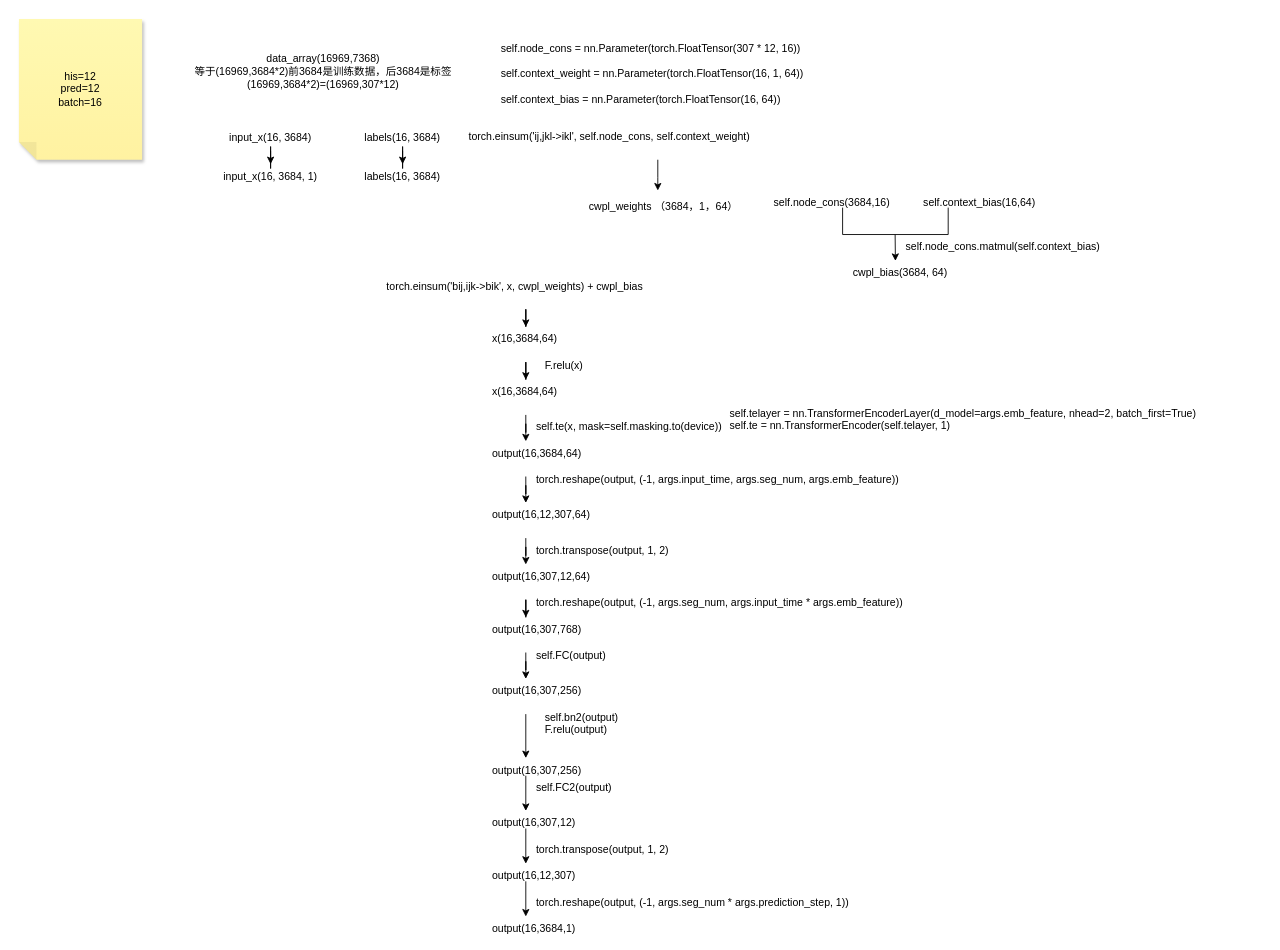
Above: ST-GAT/ST-GAT.drawio in turmony/ModelInfo (draw.io), before the change. Source tidied: cells renumbered, new cells numbered last; positions are measured from the earlier drawing's top-left corner, leaving out a move shared by most shapes. Both pictures are drawn from the tidied source at 88%, with x=0, y=0 at pixel (18, 18).
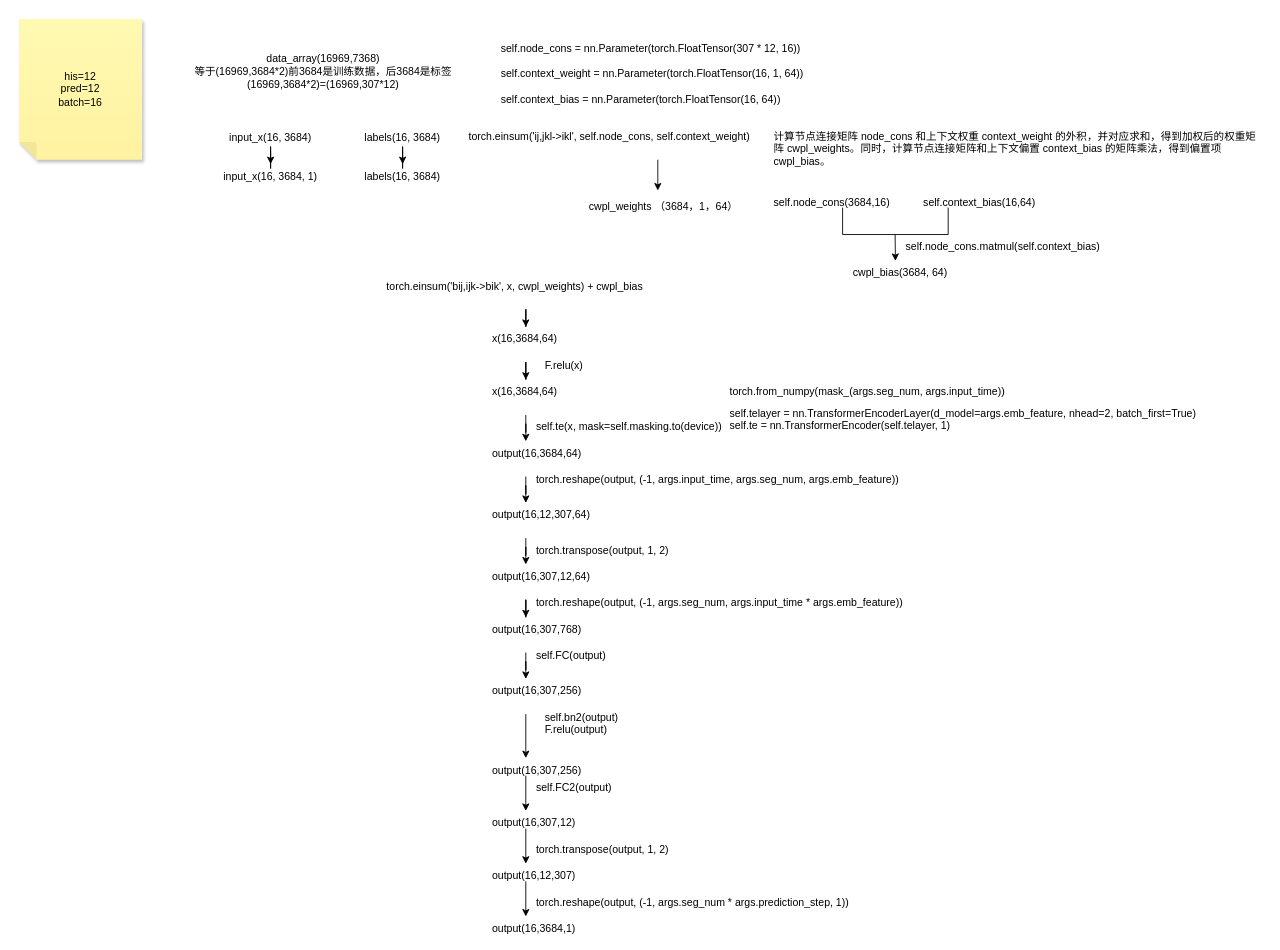
After the change.

What changed in the source:
```diff
@@
+    <mxCell id="54" value="计算节点连接矩阵 node_cons 和上下文权重 context_weight 的外积，并对应求和，得到加权后的权重矩阵 cwpl_weights。同时，计算节点连接矩阵和上下文偏置 context_bias 的矩阵乘法，得到偏置项 cwpl_bias。" style="text;whiteSpace=wrap;html=1;" parent="1" vertex="1">
+      <mxGeometry x="856" y="120" width="560" height="70" as="geometry" />
+    </mxCell>
+    <mxCell id="55" value="torch.from_numpy(mask_(args.seg_num, args.input_time))" style="text;whiteSpace=wrap;html=1;" parent="1" vertex="1">
+      <mxGeometry x="806" y="410" width="350" height="40" as="geometry" />
+    </mxCell>
```
